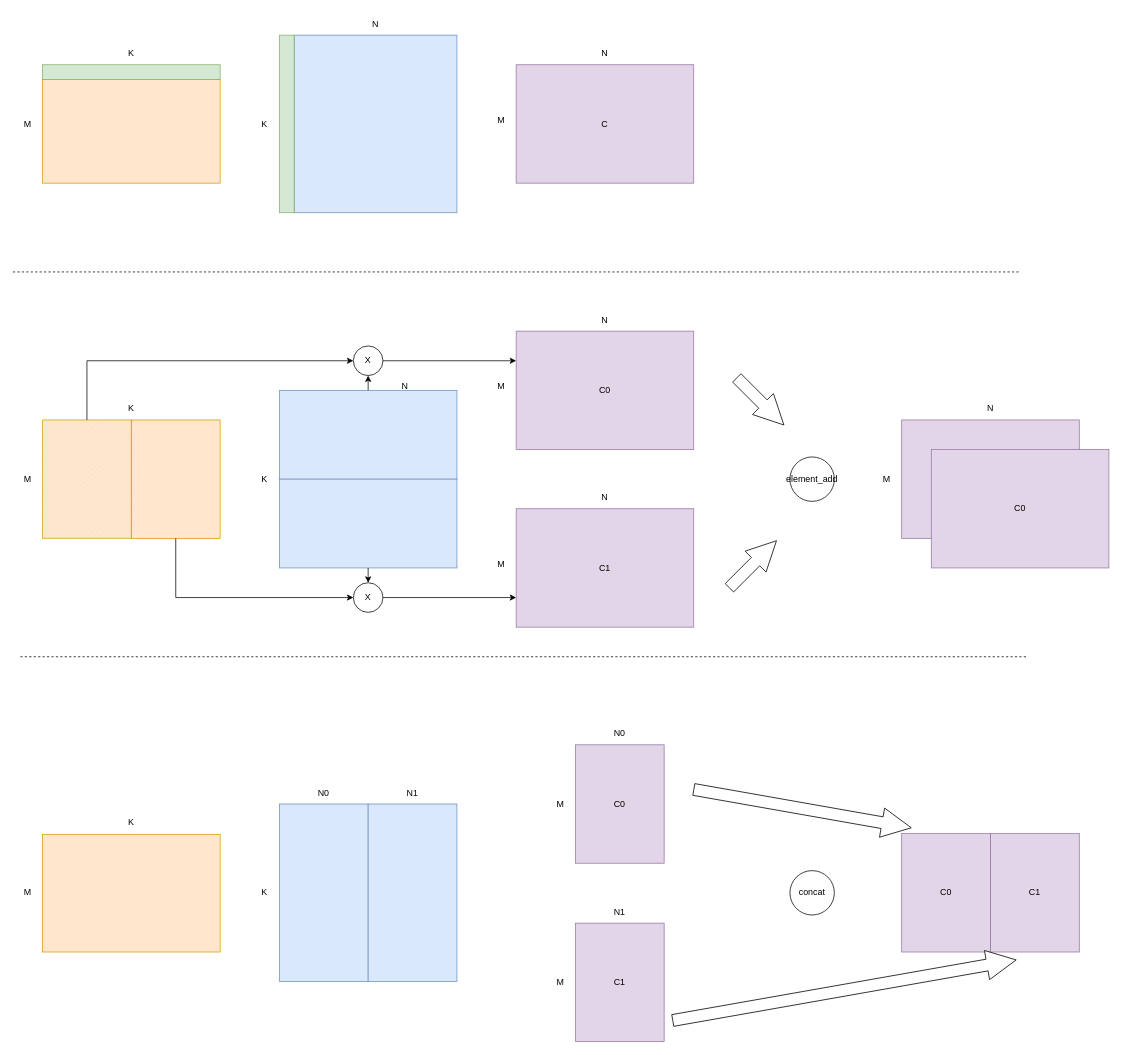
Above: page "第 1 页" (1 of 6) of FC.drawio in alanzhai219/dive_into_framework (draw.io), before the change. Source tidied: cells renumbered, new cells numbered last; positions are measured from the earlier drawing's top-left corner, leaving out a move shared by most shapes. Both pictures are drawn from the tidied source at 74%, with x=0, y=0 at pixel (13, 13).
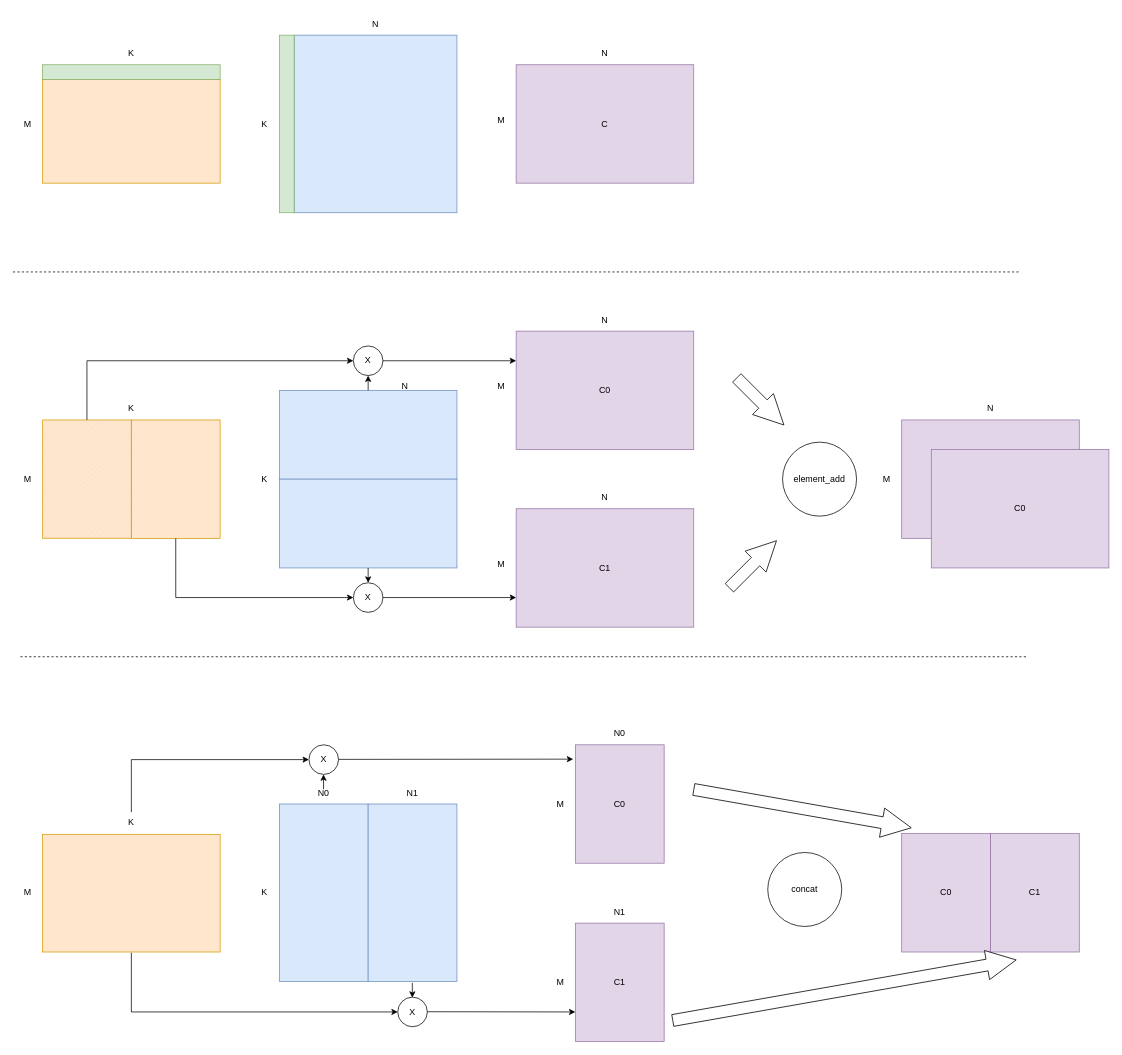
The same page after the edit.

The change refers to these unchanged cells:
```xml
<mxCell id="36" value="C0" style="rounded=0;whiteSpace=wrap;html=1;fillColor=#e1d5e7;strokeColor=#9673a6;" parent="1" vertex="1">
  <mxGeometry x="760" y="989" width="120" height="160" as="geometry" />
</mxCell>
<mxCell id="45" value="C1" style="rounded=0;whiteSpace=wrap;html=1;fillColor=#e1d5e7;strokeColor=#9673a6;" parent="1" vertex="1">
  <mxGeometry x="760" y="1230" width="120" height="160" as="geometry" />
</mxCell>
```

The edit, as a diff of the source:
```diff
@@
     <mxCell id="49" value="element_add" style="ellipse;whiteSpace=wrap;html=1;" parent="1" vertex="1">
-      <mxGeometry x="1050" y="600" width="60" height="60" as="geometry" />
+      <mxGeometry x="1040" y="580" width="100" height="100" as="geometry" />
     </mxCell>
@@
     <mxCell id="54" value="concat" style="ellipse;whiteSpace=wrap;html=1;" parent="1" vertex="1">
-      <mxGeometry x="1050" y="1159" width="60" height="60" as="geometry" />
+      <mxGeometry x="1020" y="1134.5" width="100" height="100" as="geometry" />
     </mxCell>
@@
+    <mxCell id="63" style="endArrow=classic;html=1;rounded=0;entryX=0;entryY=0.5;entryDx=0;entryDy=0;" parent="1" edge="1" target="64">
+      <mxGeometry relative="1" as="geometry">
+        <mxPoint x="160" y="1080" as="sourcePoint" />
+        <Array as="points">
+          <mxPoint x="160" y="1009" />
+        </Array>
+      </mxGeometry>
+    </mxCell>
+    <mxCell id="64" value="X" style="ellipse;whiteSpace=wrap;html=1;" parent="1" vertex="1">
+      <mxGeometry x="400" y="989" width="40" height="40" as="geometry" />
+    </mxCell>
+    <mxCell id="65" style="endArrow=classic;html=1;rounded=0;entryX=-0.024;entryY=0.121;entryDx=0;entryDy=0;entryPerimeter=0;" parent="1" edge="1" target="36">
+      <mxGeometry relative="1" as="geometry">
+        <mxPoint x="440" y="1008.7" as="sourcePoint" />
+      </mxGeometry>
+    </mxCell>
+    <mxCell id="66" style="endArrow=classic;html=1;rounded=0;" parent="1" edge="1">
+      <mxGeometry relative="1" as="geometry">
+        <mxPoint x="419.7" y="1049" as="sourcePoint" />
+        <mxPoint x="419.7" y="1029" as="targetPoint" />
+      </mxGeometry>
+    </mxCell>
+    <mxCell id="67" style="endArrow=classic;html=1;rounded=0;exitX=0.5;exitY=1;exitDx=0;exitDy=0;" parent="1" edge="1">
+      <mxGeometry relative="1" as="geometry">
+        <mxPoint x="160" y="1270" as="sourcePoint" />
+        <mxPoint x="520" y="1350" as="targetPoint" />
+        <Array as="points">
+          <mxPoint x="160" y="1350" />
+        </Array>
+      </mxGeometry>
+    </mxCell>
+    <mxCell id="68" value="X" style="ellipse;whiteSpace=wrap;html=1;" parent="1" vertex="1">
+      <mxGeometry x="520" y="1330" width="40" height="40" as="geometry" />
+    </mxCell>
+    <mxCell id="69" style="endArrow=classic;html=1;rounded=0;entryX=0;entryY=0.75;entryDx=0;entryDy=0;exitX=1;exitY=0.5;exitDx=0;exitDy=0;" parent="1" edge="1" target="45">
+      <mxGeometry relative="1" as="geometry">
+        <mxPoint x="560" y="1349.7" as="sourcePoint" />
+      </mxGeometry>
+    </mxCell>
+    <mxCell id="70" style="endArrow=classic;html=1;rounded=0;entryX=0.5;entryY=0;entryDx=0;entryDy=0;" parent="1" edge="1">
+      <mxGeometry relative="1" as="geometry">
+        <mxPoint x="539.7" y="1310.7" as="sourcePoint" />
+        <mxPoint x="539.7" y="1330.7" as="targetPoint" />
+      </mxGeometry>
+    </mxCell>
```
